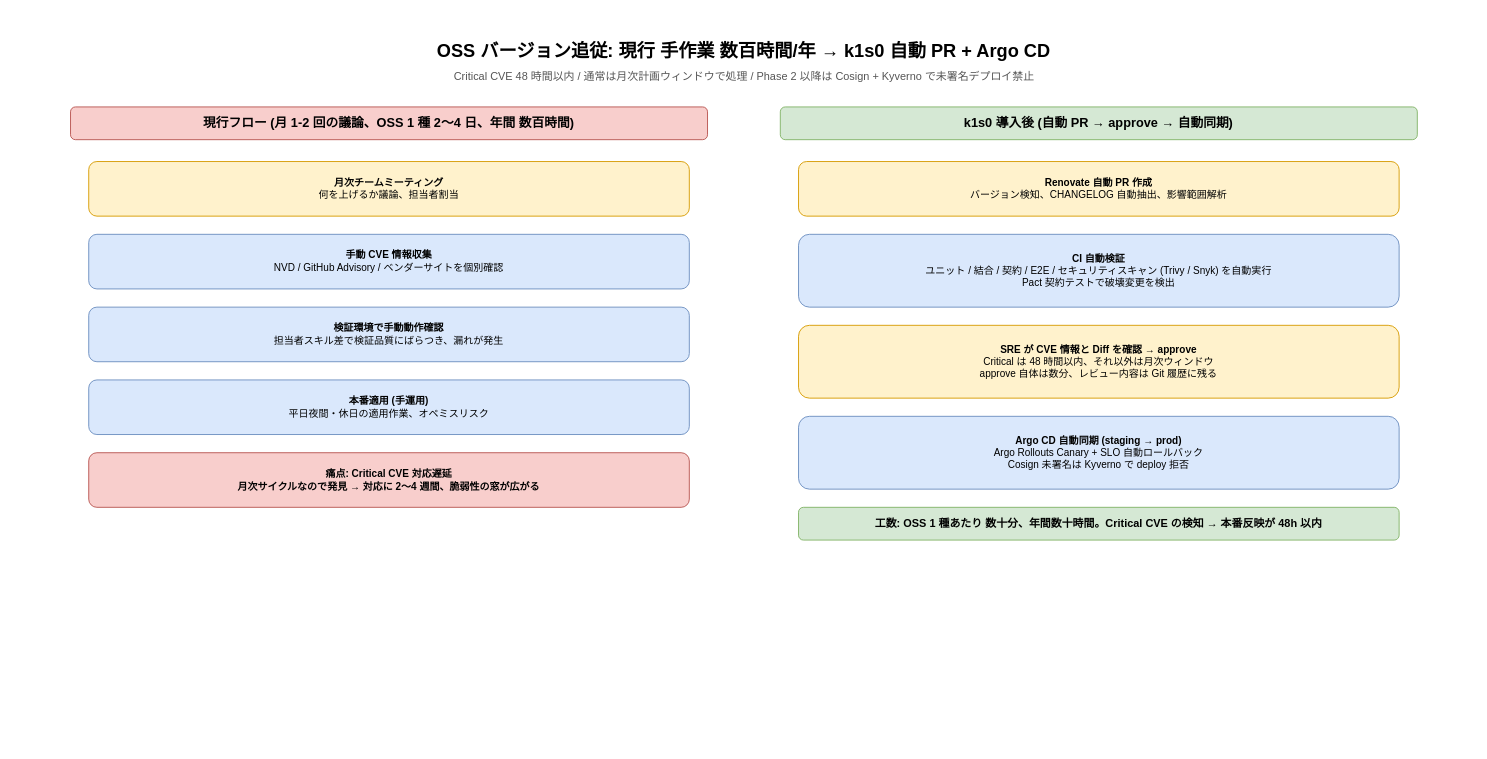
Before: docs/03_要件定義/10_業務要件/img/flow_oss_renovate.drawio in RyuheiKiso/k1s0, a draw.io diagram. Source tidied: cells renumbered, new cells numbered last; positions are measured from the earlier drawing's top-left corner, leaving out a move shared by most shapes. Both pictures are drawn from the tidied source at 91%, with x=0, y=0 at pixel (15, 15).
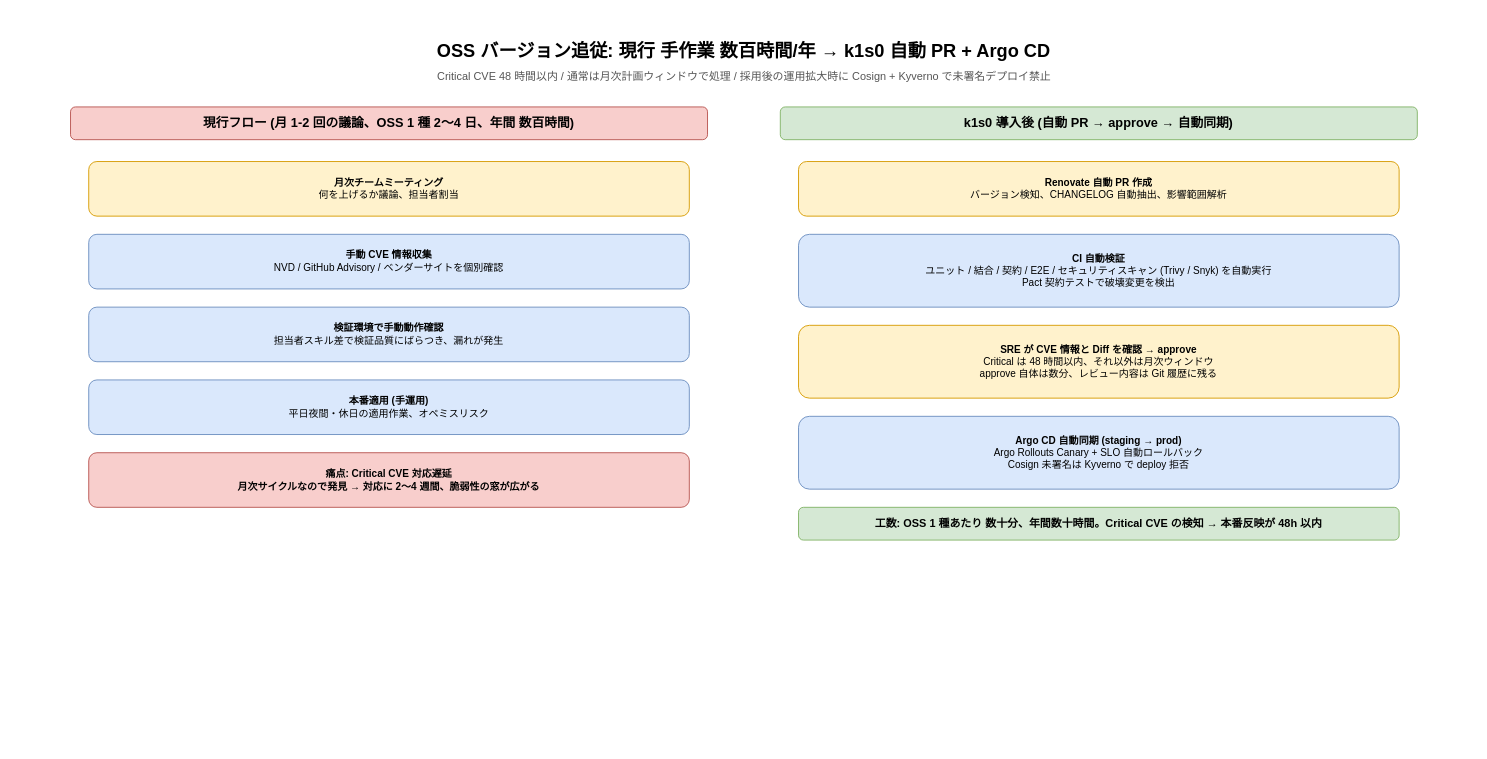
The same diagram, later.

Change to the diagram source:
```diff
@@
 <mxGraphModel>
   <root>
     <mxCell id="0" />
     <mxCell id="1" parent="0" />
     <mxCell id="2" style="rounded=0;whiteSpace=wrap;html=1;fillColor=#FFFFFF;strokeColor=none;" parent="1" vertex="1">
       <mxGeometry width="1600" height="800" as="geometry" />
     </mxCell>
     <mxCell id="3" value="OSS バージョン追従: 現行 手作業 数百時間/年 → k1s0 自動 PR + Argo CD" style="text;html=1;strokeColor=none;fillColor=none;align=center;verticalAlign=middle;whiteSpace=wrap;fontSize=20;fontStyle=1;" parent="1" vertex="1">
       <mxGeometry x="200" y="20" width="1200" height="36" as="geometry" />
     </mxCell>
-    <mxCell id="4" value="Critical CVE 48 時間以内 / 通常は月次計画ウィンドウで処理 / Phase 2 以降は Cosign + Kyverno で未署名デプロイ禁止" style="text;html=1;strokeColor=none;fillColor=none;align=center;verticalAlign=middle;fontSize=12;fontColor=#555555;" parent="1" vertex="1">
+    <mxCell id="4" value="Critical CVE 48 時間以内 / 通常は月次計画ウィンドウで処理 / 採用後の運用拡大時に Cosign + Kyverno で未署名デプロイ禁止" style="text;html=1;strokeColor=none;fillColor=none;align=center;verticalAlign=middle;fontSize=12;fontColor=#555555;" parent="1" vertex="1">
       <mxGeometry x="200" y="56" width="1200" height="22" as="geometry" />
     </mxCell>
     <mxCell id="5" value="現行フロー (月 1-2 回の議論、OSS 1 種 2〜4 日、年間 数百時間)" style="rounded=1;whiteSpace=wrap;html=1;fillColor=#f8cecc;strokeColor=#b85450;fontSize=14;fontStyle=1;" parent="1" vertex="1">
       <mxGeometry x="60" y="100" width="700" height="36" as="geometry" />
     </mxCell>
     <mxCell id="6" value="k1s0 導入後 (自動 PR → approve → 自動同期)" style="rounded=1;whiteSpace=wrap;html=1;fillColor=#d5e8d4;strokeColor=#82b366;fontSize=14;fontStyle=1;" parent="1" vertex="1">
       <mxGeometry x="840" y="100" width="700" height="36" as="geometry" />
     </mxCell>
     <mxCell id="7" value="&lt;b&gt;月次チームミーティング&lt;/b&gt;&lt;br&gt;何を上げるか議論、担当者割当" style="rounded=1;whiteSpace=wrap;html=1;fillColor=#fff2cc;strokeColor=#d79b00;fontSize=11;verticalAlign=middle;align=center;" parent="1" vertex="1">
       <mxGeometry x="80" y="160" width="660" height="60" as="geometry" />
     </mxCell>
     <mxCell id="8" value="&lt;b&gt;手動 CVE 情報収集&lt;/b&gt;&lt;br&gt;NVD / GitHub Advisory / ベンダーサイトを個別確認" style="rounded=1;whiteSpace=wrap;html=1;fillColor=#dae8fc;strokeColor=#6c8ebf;fontSize=11;verticalAlign=middle;align=center;" parent="1" vertex="1">
       <mxGeometry x="80" y="240" width="660" height="60" as="geometry" />
     </mxCell>
     <mxCell id="9" value="&lt;b&gt;検証環境で手動動作確認&lt;/b&gt;&lt;br&gt;担当者スキル差で検証品質にばらつき、漏れが発生" style="rounded=1;whiteSpace=wrap;html=1;fillColor=#dae8fc;strokeColor=#6c8ebf;fontSize=11;verticalAlign=middle;align=center;" parent="1" vertex="1">
       <mxGeometry x="80" y="320" width="660" height="60" as="geometry" />
     </mxCell>
     <mxCell id="10" value="&lt;b&gt;本番適用 (手運用)&lt;/b&gt;&lt;br&gt;平日夜間・休日の適用作業、オペミスリスク" style="rounded=1;whiteSpace=wrap;html=1;fillColor=#dae8fc;strokeColor=#6c8ebf;fontSize=11;verticalAlign=middle;align=center;" parent="1" vertex="1">
       <mxGeometry x="80" y="400" width="660" height="60" as="geometry" />
     </mxCell>
     <mxCell id="11" value="&lt;b&gt;痛点: Critical CVE 対応遅延&lt;/b&gt;&lt;br&gt;月次サイクルなので発見 → 対応に 2〜4 週間、脆弱性の窓が広がる" style="rounded=1;whiteSpace=wrap;html=1;fillColor=#f8cecc;strokeColor=#b85450;fontSize=11;fontStyle=1;verticalAlign=middle;align=center;" parent="1" vertex="1">
       <mxGeometry x="80" y="480" width="660" height="60" as="geometry" />
     </mxCell>
     <mxCell id="12" value="&lt;b&gt;Renovate 自動 PR 作成&lt;/b&gt;&lt;br&gt;バージョン検知、CHANGELOG 自動抽出、影響範囲解析" style="rounded=1;whiteSpace=wrap;html=1;fillColor=#fff2cc;strokeColor=#d79b00;fontSize=11;verticalAlign=middle;align=center;" parent="1" vertex="1">
       <mxGeometry x="860" y="160" width="660" height="60" as="geometry" />
     </mxCell>
     <mxCell id="13" value="&lt;b&gt;CI 自動検証&lt;/b&gt;&lt;br&gt;ユニット / 結合 / 契約 / E2E / セキュリティスキャン (Trivy / Snyk) を自動実行&lt;br&gt;Pact 契約テストで破壊変更を検出" style="rounded=1;whiteSpace=wrap;html=1;fillColor=#dae8fc;strokeColor=#6c8ebf;fontSize=11;verticalAlign=middle;align=center;" parent="1" vertex="1">
       <mxGeometry x="860" y="240" width="660" height="80" as="geometry" />
     </mxCell>
     <mxCell id="14" value="&lt;b&gt;SRE が CVE 情報と Diff を確認 → approve&lt;/b&gt;&lt;br&gt;Critical は 48 時間以内、それ以外は月次ウィンドウ&lt;br&gt;approve 自体は数分、レビュー内容は Git 履歴に残る" style="rounded=1;whiteSpace=wrap;html=1;fillColor=#fff2cc;strokeColor=#d79b00;fontSize=11;verticalAlign=middle;align=center;" parent="1" vertex="1">
       <mxGeometry x="860" y="340" width="660" height="80" as="geometry" />
     </mxCell>
     <mxCell id="15" value="&lt;b&gt;Argo CD 自動同期 (staging → prod)&lt;/b&gt;&lt;br&gt;Argo Rollouts Canary + SLO 自動ロールバック&lt;br&gt;Cosign 未署名は Kyverno で deploy 拒否" style="rounded=1;whiteSpace=wrap;html=1;fillColor=#dae8fc;strokeColor=#6c8ebf;fontSize=11;verticalAlign=middle;align=center;" parent="1" vertex="1">
       <mxGeometry x="860" y="440" width="660" height="80" as="geometry" />
     </mxCell>
     <mxCell id="16" value="工数: OSS 1 種あたり 数十分、年間数十時間。Critical CVE の検知 → 本番反映が 48h 以内" style="rounded=1;whiteSpace=wrap;html=1;fillColor=#d5e8d4;strokeColor=#82b366;fontSize=12;fontStyle=1;verticalAlign=middle;align=center;" parent="1" vertex="1">
       <mxGeometry x="860" y="540" width="660" height="36" as="geometry" />
     </mxCell>
   </root>
 </mxGraphModel>
```
